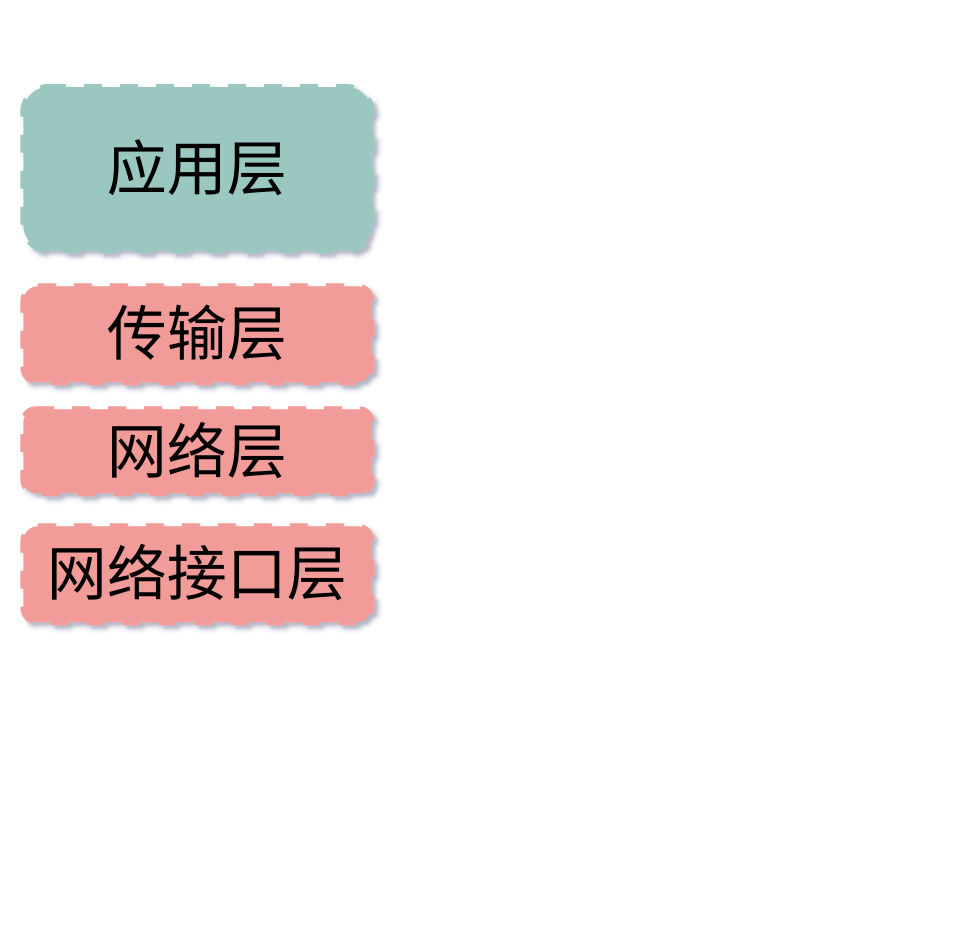
This is network/四层网络协议.drawio from xiaobaiTech/image, a draw.io file, before an edit. Source tidied: cells renumbered, new cells numbered last; positions are measured from the earlier drawing's top-left corner, leaving out a move shared by most shapes. Both pictures are drawn from the tidied source at 120%, with x=0, y=0 at pixel (23, 86).
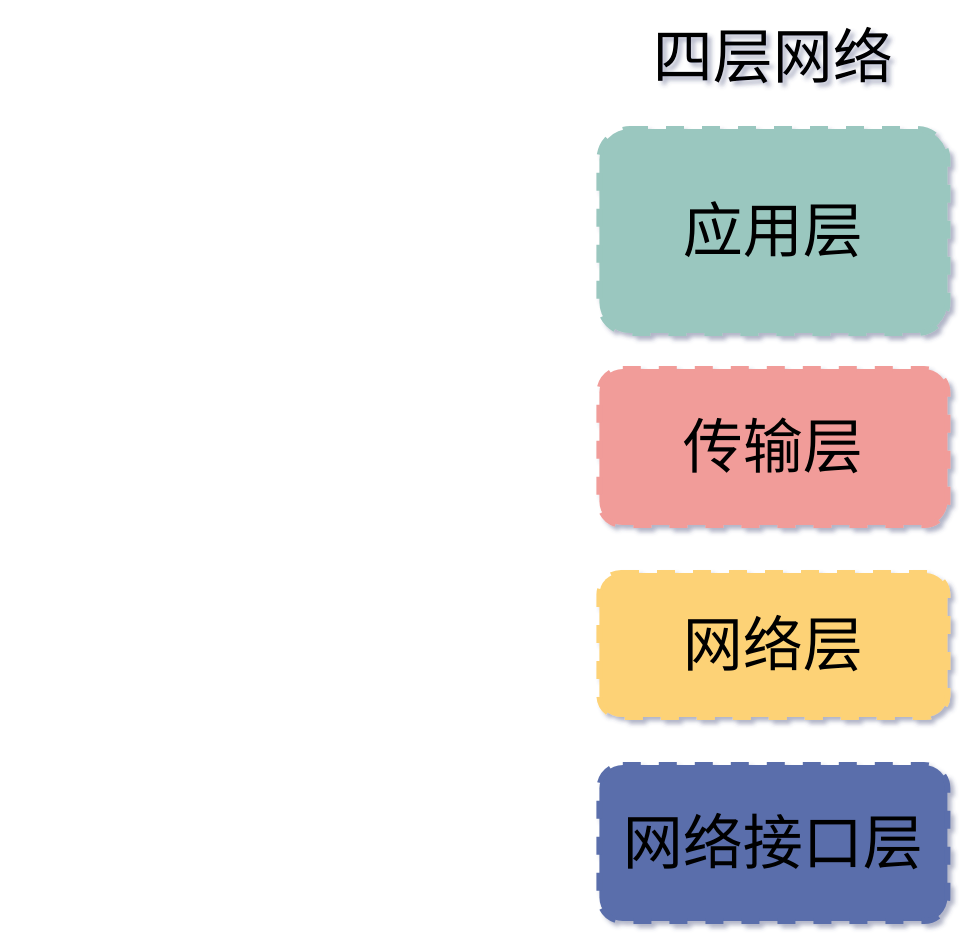
After the change.

Commit message:
Update 四层网络协议.drawio

Change to the diagram source:
```diff
@@
 <mxGraphModel background="#ffffff" shadow="1">
   <root>
     <mxCell id="0" />
     <mxCell id="1" parent="0" />
     <mxCell id="2" value="&lt;font style=&quot;font-size: 50px&quot;&gt;应用层&lt;/font&gt;" style="rounded=1;whiteSpace=wrap;html=1;dashed=1;strokeWidth=5;fontColor=none;fillColor=#9AC7BF;strokeColor=#9AC7BF;" parent="1" vertex="1">
-      <mxGeometry width="290" height="136" as="geometry" />
+      <mxGeometry x="480" y="35" width="290" height="170" as="geometry" />
     </mxCell>
     <mxCell id="3" value="&lt;font style=&quot;font-size: 50px&quot;&gt;传输层&lt;/font&gt;" style="rounded=1;whiteSpace=wrap;html=1;dashed=1;strokeWidth=5;fontColor=none;fillColor=#F19C99;strokeColor=#F19C99;" parent="1" vertex="1">
-      <mxGeometry y="166" width="290" height="80" as="geometry" />
+      <mxGeometry x="480" y="235" width="290" height="130" as="geometry" />
     </mxCell>
-    <mxCell id="4" value="&lt;span style=&quot;font-size: 50px&quot;&gt;网络层&lt;/span&gt;" style="rounded=1;whiteSpace=wrap;html=1;dashed=1;strokeWidth=5;fontColor=none;fillColor=#F19C99;strokeColor=#F19C99;" parent="1" vertex="1">
-      <mxGeometry y="268.5" width="290" height="70" as="geometry" />
+    <mxCell id="4" value="&lt;span style=&quot;font-size: 50px&quot;&gt;网络层&lt;/span&gt;" style="rounded=1;whiteSpace=wrap;html=1;dashed=1;strokeWidth=5;fontColor=none;fillColor=#FDD276;strokeColor=#FDD276;" parent="1" vertex="1">
+      <mxGeometry x="480" y="405" width="290" height="120" as="geometry" />
     </mxCell>
-    <mxCell id="5" value="&lt;span style=&quot;font-size: 50px&quot;&gt;网络接口层&lt;/span&gt;" style="rounded=1;whiteSpace=wrap;html=1;dashed=1;strokeWidth=5;fontColor=none;fillColor=#F19C99;strokeColor=#F19C99;" parent="1" vertex="1">
-      <mxGeometry y="366" width="290" height="80" as="geometry" />
+    <mxCell id="5" value="&lt;span style=&quot;font-size: 50px&quot;&gt;网络接口层&lt;/span&gt;" style="rounded=1;whiteSpace=wrap;html=1;dashed=1;strokeWidth=5;fontColor=none;fillColor=#5A6EAB;strokeColor=#5A6EAB;" parent="1" vertex="1">
+      <mxGeometry x="480" y="565" width="290" height="130" as="geometry" />
     </mxCell>
+    <mxCell id="6" value="&lt;font style=&quot;font-size: 50px&quot;&gt;四层网络&lt;/font&gt;" style="text;html=1;strokeColor=none;fillColor=none;align=center;verticalAlign=middle;whiteSpace=wrap;rounded=0;" parent="1" vertex="1">
+      <mxGeometry x="500" y="-35" width="250" height="20" as="geometry" />
+    </mxCell>
   </root>
 </mxGraphModel>
```
